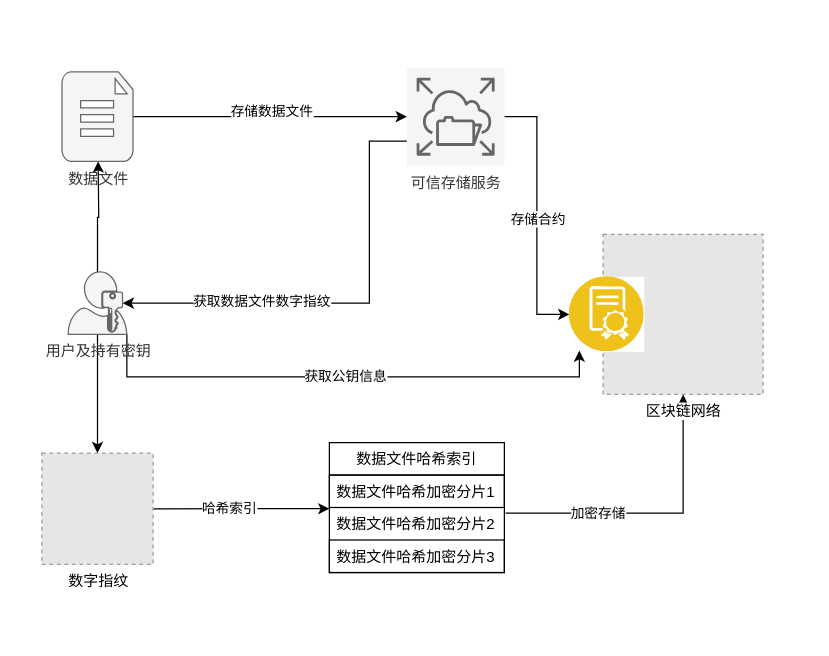
luoweb/codeshow keeps this draw.io diagram as bts_chain_cid.drawio. Above is the earlier version. Source tidied: cells renumbered, new cells numbered last; positions are measured from the earlier drawing's top-left corner, leaving out a move shared by most shapes. Both pictures are drawn from the tidied source at 125%, with x=0, y=0 at pixel (41, 68). Pictures stored in the file or linked from it are replaced by grey dashed boxes.
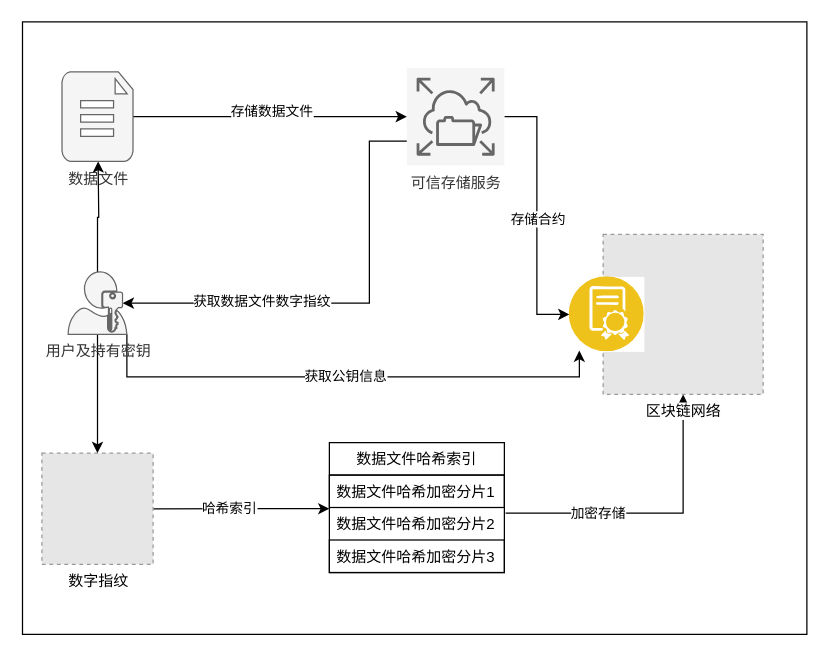
The same page after the edit.

The edit, as a diff of the source:
```diff
@@
+    <mxCell id="25" style="rounded=0;whiteSpace=wrap;html=1;strokeColor=default;" parent="1" vertex="1">
+      <mxGeometry x="-15.5" y="-37" width="627.5" height="490" as="geometry" />
+    </mxCell>
```
